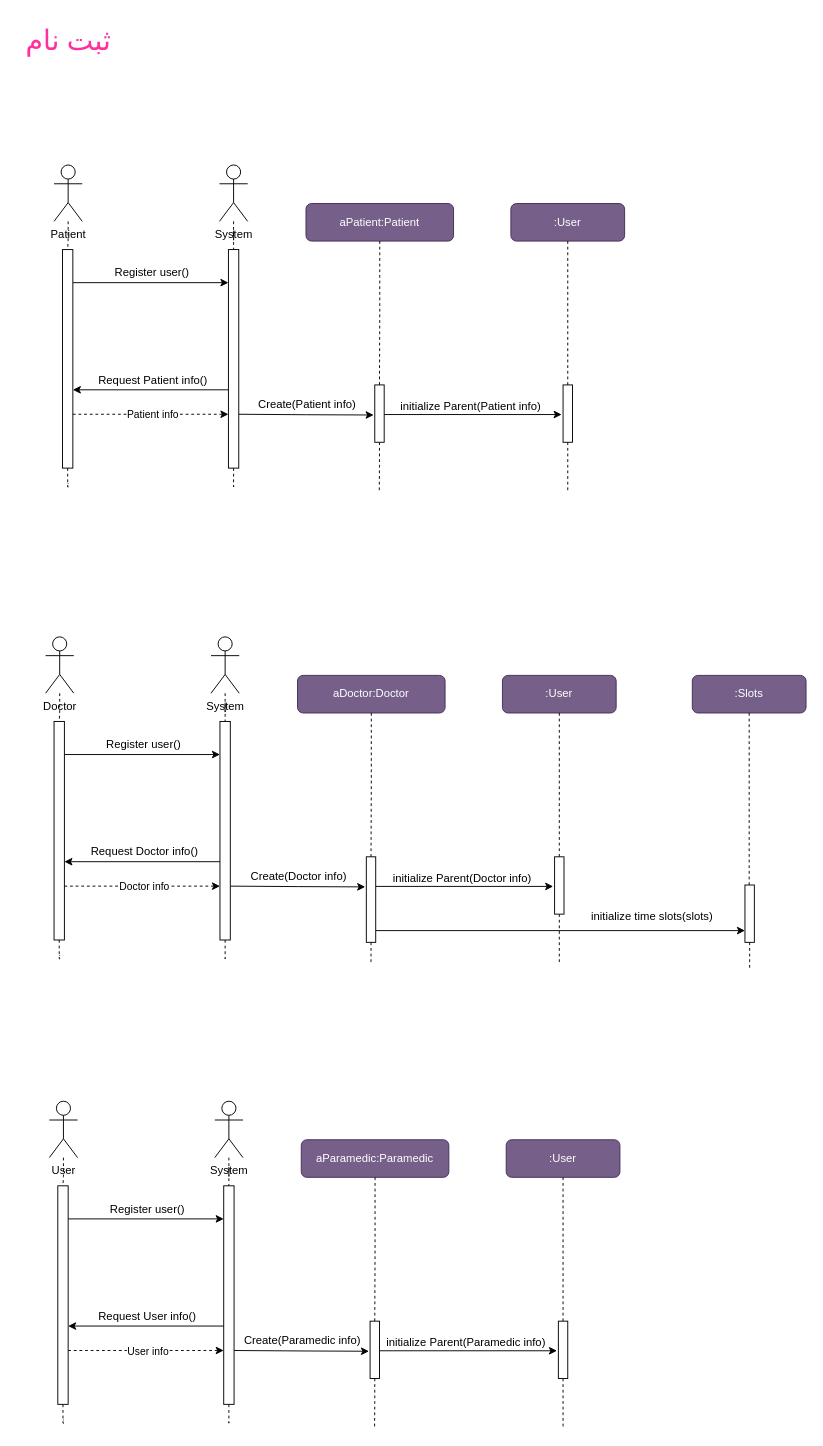
Earlier version of the draw.io diagram page "ثبت‌نام" (6 of 20) of Sequence Diagram/SequenceDiagram.drawio (Matinrezaei/Software-Lab). Source tidied: cells renumbered, new cells numbered last; positions are measured from the earlier drawing's top-left corner, leaving out a move shared by most shapes. Both pictures are drawn from the tidied source at 94%, with x=0, y=0 at pixel (16, 16).
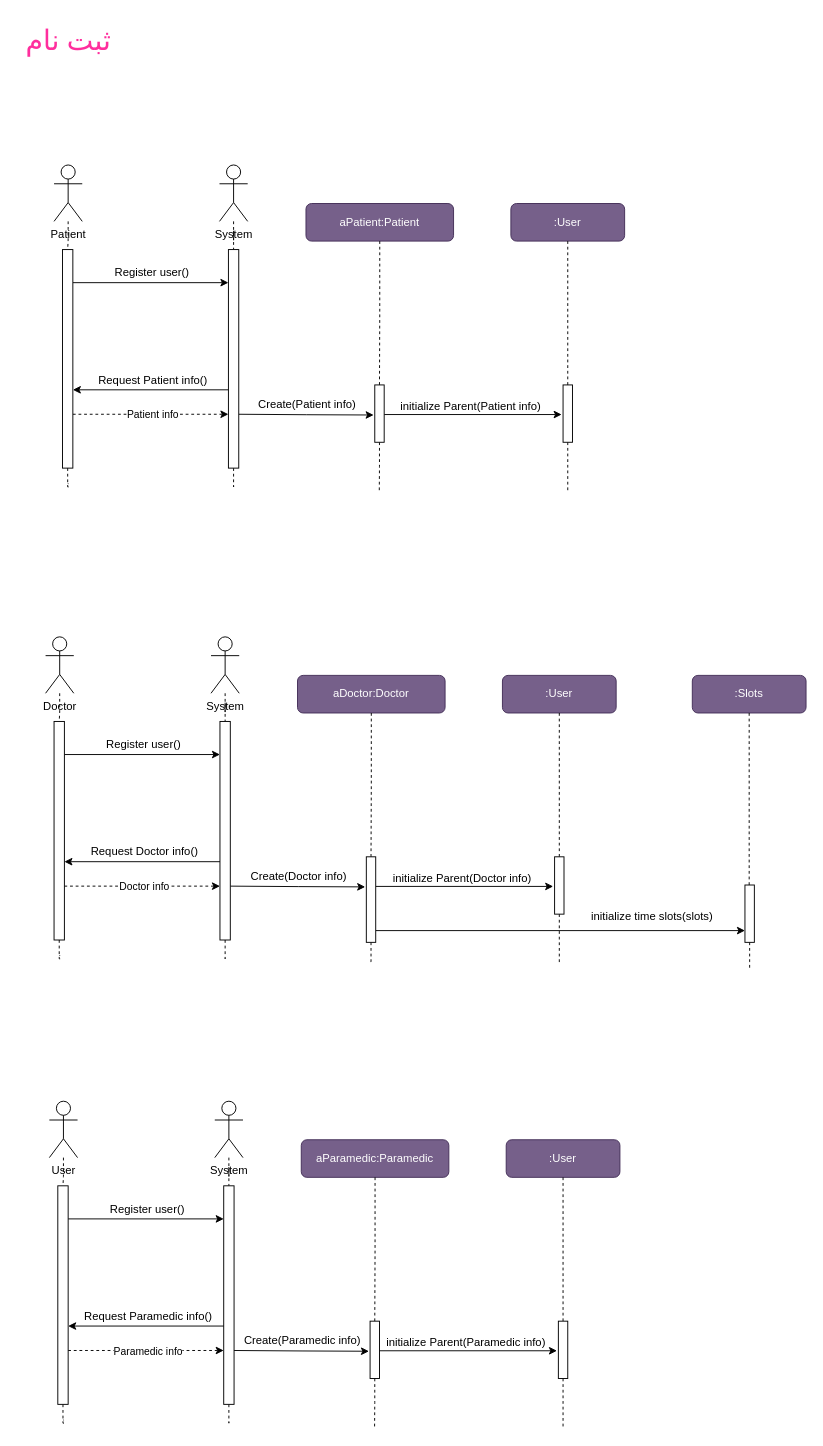
After the change.

Unchanged cells that the change refers to:
```xml
<mxCell id="64" style="edgeStyle=orthogonalEdgeStyle;rounded=0;orthogonalLoop=1;jettySize=auto;html=1;entryX=0.5;entryY=1;entryDx=0;entryDy=0;dashed=1;" parent="1" edge="1">
  <mxGeometry relative="1" as="geometry">
    <mxPoint x="55" y="1419.2" as="sourcePoint" />
    <mxPoint x="220.5" y="1419.2" as="targetPoint" />
  </mxGeometry>
</mxCell>
```

Diff of the diagram source:
```diff
@@
-    <mxCell id="65" value="User info" style="edgeLabel;html=1;align=center;verticalAlign=middle;" parent="64" vertex="1">
+    <mxCell id="65" value="Paramedic info" style="edgeLabel;html=1;align=center;verticalAlign=middle;" parent="64" vertex="1">
       <mxGeometry x="0.03" relative="1" as="geometry">
         <mxPoint x="-1" as="offset" />
       </mxGeometry>
     </mxCell>
@@
-    <mxCell id="76" value="Request User info()" style="text;html=1;align=center;verticalAlign=middle;strokeColor=none;fillColor=none;" parent="1" vertex="1">
-      <mxGeometry x="76" y="1370" width="126" height="26" as="geometry" />
+    <mxCell id="76" value="Request Paramedic info()" style="text;html=1;align=center;verticalAlign=middle;strokeColor=none;fillColor=none;" parent="1" vertex="1">
+      <mxGeometry x="63" y="1370" width="153" height="26" as="geometry" />
     </mxCell>
```
